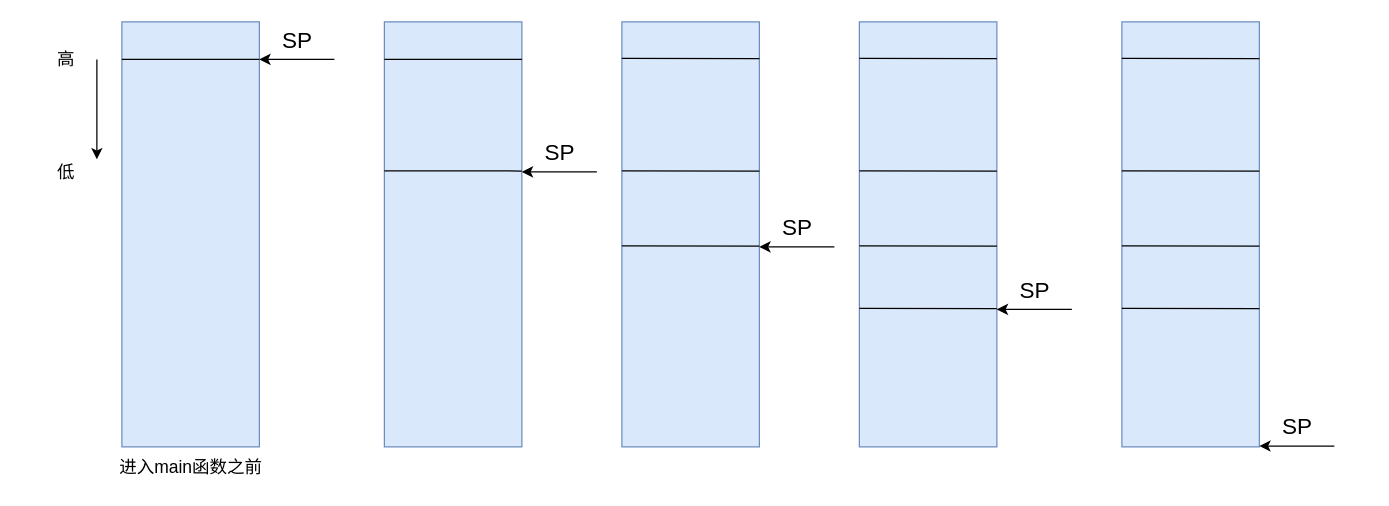
Before: dataStructure/stack backtree.drawio in zhoulanyang/mOs, a draw.io diagram. Source tidied: cells renumbered, new cells numbered last; positions are measured from the earlier drawing's top-left corner, leaving out a move shared by most shapes. Both pictures are drawn from the tidied source at 125%, with x=0, y=0 at pixel (46, 21).
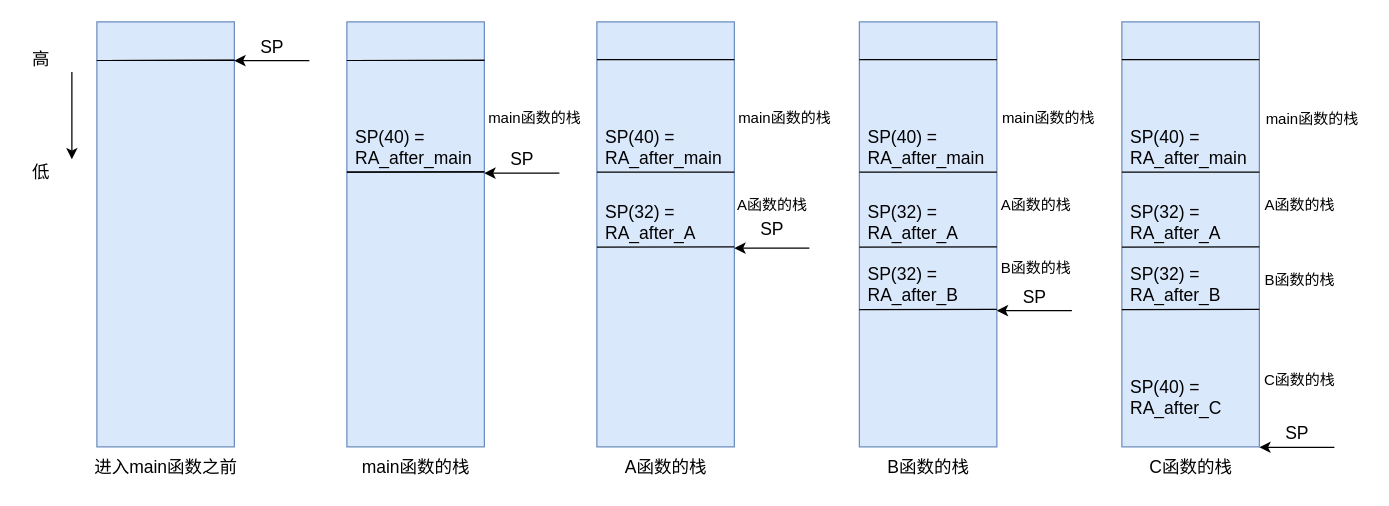
Above is the later version.

Diff of the diagram source:
```diff
@@
-    <mxCell id="2" style="rounded=0;whiteSpace=wrap;html=1;fillColor=#dae8fc;strokeColor=#6c8ebf;" parent="1" vertex="1">
-      <mxGeometry x="60" width="110" height="340" as="geometry" />
+    <mxCell id="2" style="rounded=0;whiteSpace=wrap;html=1;fillColor=#dae8fc;strokeColor=#6c8ebf;flipV=1;" parent="1" vertex="1">
+      <mxGeometry x="40" width="110" height="340" as="geometry" />
     </mxCell>
-    <mxCell id="3" value="&lt;font style=&quot;font-size: 14px;&quot;&gt;高&lt;/font&gt;" style="text;html=1;align=center;verticalAlign=middle;fillColor=none;strokeColor=none;rounded=0;" parent="1" vertex="1">
-      <mxGeometry y="20" width="30" height="20" as="geometry" />
+    <mxCell id="3" value="&lt;font style=&quot;font-size: 14px;&quot;&gt;高&lt;/font&gt;" style="text;html=1;align=center;verticalAlign=middle;fillColor=none;strokeColor=none;rounded=0;flipV=1;" parent="1" vertex="1">
+      <mxGeometry x="-20" y="20" width="30" height="20" as="geometry" />
     </mxCell>
-    <mxCell id="4" value="&lt;font style=&quot;font-size: 14px;&quot;&gt;低&lt;/font&gt;" style="text;html=1;align=center;verticalAlign=middle;fillColor=none;strokeColor=none;rounded=0;" parent="1" vertex="1">
-      <mxGeometry y="110" width="30" height="20" as="geometry" />
+    <mxCell id="4" value="&lt;font style=&quot;font-size: 14px;&quot;&gt;低&lt;/font&gt;" style="text;html=1;align=center;verticalAlign=middle;fillColor=none;strokeColor=none;rounded=0;flipV=1;" parent="1" vertex="1">
+      <mxGeometry x="-20" y="110" width="30" height="20" as="geometry" />
     </mxCell>
-    <mxCell id="5" style="endArrow=classic;html=1;rounded=0;fontSize=18;" parent="1" edge="1">
-      <mxGeometry relative="1" as="geometry">
-        <mxPoint x="40" y="30" as="sourcePoint" />
-        <mxPoint x="40" y="110" as="targetPoint" />
-      </mxGeometry>
-    </mxCell>
     <mxCell id="6" style="endArrow=none;html=1;rounded=0;fontSize=18;exitX=0;exitY=0.076;exitDx=0;exitDy=0;exitPerimeter=0;" parent="1" edge="1">
       <mxGeometry relative="1" as="geometry">
-        <mxPoint x="60" y="29.9" as="sourcePoint" />
-        <mxPoint x="170" y="30" as="targetPoint" />
+        <mxPoint x="40" y="30.9" as="sourcePoint" />
+        <mxPoint x="150" y="30.8" as="targetPoint" />
       </mxGeometry>
     </mxCell>
     <mxCell id="7" style="endArrow=classic;html=1;rounded=0;fontSize=18;" parent="1" edge="1">
       <mxGeometry relative="1" as="geometry">
-        <mxPoint x="230" y="30" as="sourcePoint" />
-        <mxPoint x="170" y="30" as="targetPoint" />
+        <mxPoint x="210" y="31" as="sourcePoint" />
+        <mxPoint x="150" y="31" as="targetPoint" />
       </mxGeometry>
     </mxCell>
-    <mxCell id="8" value="SP" style="text;html=1;align=center;verticalAlign=middle;fillColor=none;strokeColor=none;rounded=0;fontSize=18;" parent="1" vertex="1">
-      <mxGeometry x="180" width="40" height="30" as="geometry" />
+    <mxCell id="8" value="&lt;font style=&quot;font-size: 14px;&quot;&gt;SP&lt;/font&gt;" style="text;html=1;align=center;verticalAlign=middle;fillColor=none;strokeColor=none;rounded=0;fontSize=18;flipV=1;" parent="1" vertex="1">
+      <mxGeometry x="165" y="4" width="30" height="30" as="geometry" />
     </mxCell>
-    <mxCell id="9" value="&lt;font style=&quot;font-size: 14px;&quot;&gt;进入main函数之前&lt;/font&gt;" style="text;html=1;align=center;verticalAlign=middle;fillColor=none;strokeColor=none;rounded=0;fontSize=18;" parent="1" vertex="1">
-      <mxGeometry x="50" y="340" width="130" height="30" as="geometry" />
+    <mxCell id="9" value="&lt;font style=&quot;font-size: 14px;&quot;&gt;进入main函数之前&lt;/font&gt;" style="text;html=1;align=center;verticalAlign=middle;fillColor=none;strokeColor=none;rounded=0;fontSize=18;flipV=1;" parent="1" vertex="1">
+      <mxGeometry x="30" y="340" width="130" height="30" as="geometry" />
     </mxCell>
-    <mxCell id="10" style="rounded=0;whiteSpace=wrap;html=1;fillColor=#dae8fc;strokeColor=#6c8ebf;" parent="1" vertex="1">
-      <mxGeometry x="270" width="110" height="340" as="geometry" />
+    <mxCell id="10" style="rounded=0;whiteSpace=wrap;html=1;fillColor=#dae8fc;strokeColor=#6c8ebf;flipV=1;" parent="1" vertex="1">
+      <mxGeometry x="240" width="110" height="340" as="geometry" />
     </mxCell>
     <mxCell id="11" style="endArrow=none;html=1;rounded=0;fontSize=18;exitX=0;exitY=0.076;exitDx=0;exitDy=0;exitPerimeter=0;" parent="1" edge="1">
       <mxGeometry relative="1" as="geometry">
-        <mxPoint x="270" y="29.9" as="sourcePoint" />
-        <mxPoint x="380" y="30" as="targetPoint" />
+        <mxPoint x="240" y="30.9" as="sourcePoint" />
+        <mxPoint x="350" y="30.8" as="targetPoint" />
       </mxGeometry>
     </mxCell>
-    <mxCell id="12" style="rounded=0;whiteSpace=wrap;html=1;fillColor=#dae8fc;strokeColor=#6c8ebf;" parent="1" vertex="1">
-      <mxGeometry x="460" width="110" height="340" as="geometry" />
+    <mxCell id="12" style="rounded=0;whiteSpace=wrap;html=1;fillColor=#dae8fc;strokeColor=#6c8ebf;flipV=1;" parent="1" vertex="1">
+      <mxGeometry x="440" width="110" height="340" as="geometry" />
     </mxCell>
     <mxCell id="13" style="endArrow=none;html=1;rounded=0;fontSize=18;exitX=0;exitY=0.076;exitDx=0;exitDy=0;exitPerimeter=0;" parent="1" edge="1">
       <mxGeometry relative="1" as="geometry">
-        <mxPoint x="460" y="29.2" as="sourcePoint" />
-        <mxPoint x="570" y="29.3" as="targetPoint" />
+        <mxPoint x="440" y="30.2" as="sourcePoint" />
+        <mxPoint x="550" y="30.1" as="targetPoint" />
       </mxGeometry>
     </mxCell>
     <mxCell id="14" style="endArrow=classic;html=1;rounded=0;fontSize=18;" parent="1" edge="1">
       <mxGeometry relative="1" as="geometry">
-        <mxPoint x="440" y="120" as="sourcePoint" />
-        <mxPoint x="380" y="120" as="targetPoint" />
+        <mxPoint x="410" y="121" as="sourcePoint" />
+        <mxPoint x="350" y="121" as="targetPoint" />
       </mxGeometry>
     </mxCell>
-    <mxCell id="15" value="SP" style="text;html=1;align=center;verticalAlign=middle;fillColor=none;strokeColor=none;rounded=0;fontSize=18;" parent="1" vertex="1">
-      <mxGeometry x="390" y="90" width="40" height="30" as="geometry" />
+    <mxCell id="15" value="&lt;font style=&quot;font-size: 14px;&quot;&gt;SP&lt;/font&gt;" style="text;html=1;align=center;verticalAlign=middle;fillColor=none;strokeColor=none;rounded=0;fontSize=18;flipV=1;" parent="1" vertex="1">
+      <mxGeometry x="365" y="94" width="30" height="30" as="geometry" />
     </mxCell>
     <mxCell id="16" style="endArrow=none;html=1;rounded=0;fontSize=18;exitX=0;exitY=0.076;exitDx=0;exitDy=0;exitPerimeter=0;" parent="1" edge="1">
       <mxGeometry relative="1" as="geometry">
-        <mxPoint x="270" y="119.2" as="sourcePoint" />
-        <mxPoint x="380" y="119.3" as="targetPoint" />
+        <mxPoint x="240" y="120.2" as="sourcePoint" />
+        <mxPoint x="350" y="120" as="targetPoint" />
       </mxGeometry>
     </mxCell>
     <mxCell id="17" style="endArrow=classic;html=1;rounded=0;fontSize=18;" parent="1" edge="1">
       <mxGeometry relative="1" as="geometry">
-        <mxPoint x="630" y="180" as="sourcePoint" />
-        <mxPoint x="570" y="180" as="targetPoint" />
+        <mxPoint x="610" y="181" as="sourcePoint" />
+        <mxPoint x="550" y="181" as="targetPoint" />
       </mxGeometry>
     </mxCell>
-    <mxCell id="18" value="SP" style="text;html=1;align=center;verticalAlign=middle;fillColor=none;strokeColor=none;rounded=0;fontSize=18;" parent="1" vertex="1">
-      <mxGeometry x="580" y="150" width="40" height="30" as="geometry" />
+    <mxCell id="18" value="&lt;font style=&quot;font-size: 14px;&quot;&gt;SP&lt;/font&gt;" style="text;html=1;align=center;verticalAlign=middle;fillColor=none;strokeColor=none;rounded=0;fontSize=18;flipV=1;" parent="1" vertex="1">
+      <mxGeometry x="565" y="150" width="30" height="30" as="geometry" />
     </mxCell>
     <mxCell id="19" style="endArrow=none;html=1;rounded=0;fontSize=18;exitX=0;exitY=0.076;exitDx=0;exitDy=0;exitPerimeter=0;" parent="1" edge="1">
       <mxGeometry relative="1" as="geometry">
-        <mxPoint x="460" y="179.2" as="sourcePoint" />
-        <mxPoint x="570" y="179.3" as="targetPoint" />
+        <mxPoint x="440" y="180.2" as="sourcePoint" />
+        <mxPoint x="550" y="180" as="targetPoint" />
       </mxGeometry>
     </mxCell>
     <mxCell id="20" style="endArrow=none;html=1;rounded=0;fontSize=18;exitX=0;exitY=0.076;exitDx=0;exitDy=0;exitPerimeter=0;" parent="1" edge="1">
       <mxGeometry relative="1" as="geometry">
-        <mxPoint x="460" y="119.2" as="sourcePoint" />
-        <mxPoint x="570" y="119.3" as="targetPoint" />
+        <mxPoint x="440" y="120.2" as="sourcePoint" />
+        <mxPoint x="550" y="120.1" as="targetPoint" />
       </mxGeometry>
     </mxCell>
-    <mxCell id="21" style="rounded=0;whiteSpace=wrap;html=1;fillColor=#dae8fc;strokeColor=#6c8ebf;" parent="1" vertex="1">
+    <mxCell id="21" style="rounded=0;whiteSpace=wrap;html=1;fillColor=#dae8fc;strokeColor=#6c8ebf;flipV=1;" parent="1" vertex="1">
       <mxGeometry x="650" width="110" height="340" as="geometry" />
     </mxCell>
     <mxCell id="22" style="endArrow=none;html=1;rounded=0;fontSize=18;exitX=0;exitY=0.076;exitDx=0;exitDy=0;exitPerimeter=0;" parent="1" edge="1">
       <mxGeometry relative="1" as="geometry">
-        <mxPoint x="650" y="29.2" as="sourcePoint" />
-        <mxPoint x="760" y="29.3" as="targetPoint" />
+        <mxPoint x="650" y="30.2" as="sourcePoint" />
+        <mxPoint x="760" y="30.1" as="targetPoint" />
       </mxGeometry>
     </mxCell>
     <mxCell id="23" style="endArrow=none;html=1;rounded=0;fontSize=18;exitX=0;exitY=0.076;exitDx=0;exitDy=0;exitPerimeter=0;" parent="1" edge="1">
       <mxGeometry relative="1" as="geometry">
-        <mxPoint x="650" y="179.2" as="sourcePoint" />
-        <mxPoint x="760" y="179.3" as="targetPoint" />
+        <mxPoint x="650" y="180.2" as="sourcePoint" />
+        <mxPoint x="760" y="180" as="targetPoint" />
       </mxGeometry>
     </mxCell>
     <mxCell id="24" style="endArrow=none;html=1;rounded=0;fontSize=18;exitX=0;exitY=0.076;exitDx=0;exitDy=0;exitPerimeter=0;" parent="1" edge="1">
       <mxGeometry relative="1" as="geometry">
-        <mxPoint x="650" y="119.2" as="sourcePoint" />
-        <mxPoint x="760" y="119.3" as="targetPoint" />
+        <mxPoint x="650" y="120.2" as="sourcePoint" />
+        <mxPoint x="760" y="120.1" as="targetPoint" />
       </mxGeometry>
     </mxCell>
     <mxCell id="25" style="endArrow=classic;html=1;rounded=0;fontSize=18;" parent="1" edge="1">
       <mxGeometry relative="1" as="geometry">
-        <mxPoint x="820" y="230" as="sourcePoint" />
-        <mxPoint x="760" y="230" as="targetPoint" />
+        <mxPoint x="820" y="231" as="sourcePoint" />
+        <mxPoint x="760" y="231" as="targetPoint" />
       </mxGeometry>
     </mxCell>
-    <mxCell id="26" value="SP" style="text;html=1;align=center;verticalAlign=middle;fillColor=none;strokeColor=none;rounded=0;fontSize=18;" parent="1" vertex="1">
-      <mxGeometry x="770" y="200" width="40" height="30" as="geometry" />
+    <mxCell id="26" value="&lt;font style=&quot;font-size: 14px;&quot;&gt;SP&lt;/font&gt;" style="text;html=1;align=center;verticalAlign=middle;fillColor=none;strokeColor=none;rounded=0;fontSize=18;flipV=1;" parent="1" vertex="1">
+      <mxGeometry x="775" y="204" width="30" height="30" as="geometry" />
     </mxCell>
     <mxCell id="27" style="endArrow=none;html=1;rounded=0;fontSize=18;exitX=0;exitY=0.076;exitDx=0;exitDy=0;exitPerimeter=0;" parent="1" edge="1">
       <mxGeometry relative="1" as="geometry">
-        <mxPoint x="650" y="229.2" as="sourcePoint" />
-        <mxPoint x="760" y="229.3" as="targetPoint" />
+        <mxPoint x="650" y="230.2" as="sourcePoint" />
+        <mxPoint x="760" y="230" as="targetPoint" />
       </mxGeometry>
     </mxCell>
-    <mxCell id="28" style="rounded=0;whiteSpace=wrap;html=1;fillColor=#dae8fc;strokeColor=#6c8ebf;" parent="1" vertex="1">
+    <mxCell id="28" style="rounded=0;whiteSpace=wrap;html=1;fillColor=#dae8fc;strokeColor=#6c8ebf;flipV=1;" parent="1" vertex="1">
       <mxGeometry x="860" width="110" height="340" as="geometry" />
     </mxCell>
     <mxCell id="29" style="endArrow=none;html=1;rounded=0;fontSize=18;exitX=0;exitY=0.076;exitDx=0;exitDy=0;exitPerimeter=0;" parent="1" edge="1">
       <mxGeometry relative="1" as="geometry">
-        <mxPoint x="860" y="29.2" as="sourcePoint" />
-        <mxPoint x="970" y="29.3" as="targetPoint" />
+        <mxPoint x="860" y="30.2" as="sourcePoint" />
+        <mxPoint x="970" y="30.1" as="targetPoint" />
       </mxGeometry>
     </mxCell>
     <mxCell id="30" style="endArrow=none;html=1;rounded=0;fontSize=18;exitX=0;exitY=0.076;exitDx=0;exitDy=0;exitPerimeter=0;" parent="1" edge="1">
       <mxGeometry relative="1" as="geometry">
-        <mxPoint x="860" y="179.2" as="sourcePoint" />
-        <mxPoint x="970" y="179.3" as="targetPoint" />
+        <mxPoint x="860" y="180.2" as="sourcePoint" />
+        <mxPoint x="970" y="180" as="targetPoint" />
       </mxGeometry>
     </mxCell>
     <mxCell id="31" style="endArrow=none;html=1;rounded=0;fontSize=18;exitX=0;exitY=0.076;exitDx=0;exitDy=0;exitPerimeter=0;" parent="1" edge="1">
       <mxGeometry relative="1" as="geometry">
-        <mxPoint x="860" y="119.2" as="sourcePoint" />
-        <mxPoint x="970" y="119.3" as="targetPoint" />
+        <mxPoint x="860" y="120.2" as="sourcePoint" />
+        <mxPoint x="970" y="120.1" as="targetPoint" />
       </mxGeometry>
     </mxCell>
     <mxCell id="32" style="endArrow=none;html=1;rounded=0;fontSize=18;exitX=0;exitY=0.076;exitDx=0;exitDy=0;exitPerimeter=0;" parent="1" edge="1">
       <mxGeometry relative="1" as="geometry">
-        <mxPoint x="860" y="229.2" as="sourcePoint" />
-        <mxPoint x="970" y="229.3" as="targetPoint" />
+        <mxPoint x="860" y="230.2" as="sourcePoint" />
+        <mxPoint x="970" y="230" as="targetPoint" />
       </mxGeometry>
     </mxCell>
     <mxCell id="33" style="endArrow=classic;html=1;rounded=0;fontSize=18;" parent="1" edge="1">
       <mxGeometry relative="1" as="geometry">
-        <mxPoint x="1030" y="339.3" as="sourcePoint" />
-        <mxPoint x="970" y="339.3" as="targetPoint" />
+        <mxPoint x="1030" y="340.3" as="sourcePoint" />
+        <mxPoint x="970" y="340.3" as="targetPoint" />
       </mxGeometry>
     </mxCell>
-    <mxCell id="34" value="SP" style="text;html=1;align=center;verticalAlign=middle;fillColor=none;strokeColor=none;rounded=0;fontSize=18;" parent="1" vertex="1">
-      <mxGeometry x="980" y="309.3" width="40" height="30" as="geometry" />
+    <mxCell id="34" value="&lt;font style=&quot;font-size: 14px;&quot;&gt;SP&lt;/font&gt;" style="text;html=1;align=center;verticalAlign=middle;fillColor=none;strokeColor=none;rounded=0;fontSize=18;flipV=1;" parent="1" vertex="1">
+      <mxGeometry x="985" y="313.3" width="30" height="30" as="geometry" />
     </mxCell>
+    <mxCell id="35" value="&lt;font style=&quot;font-size: 14px;&quot;&gt;main函数的栈&lt;/font&gt;" style="text;html=1;align=center;verticalAlign=middle;fillColor=none;strokeColor=none;rounded=0;fontSize=18;flipV=1;" parent="1" vertex="1">
+      <mxGeometry x="245" y="340" width="100" height="30" as="geometry" />
+    </mxCell>
+    <mxCell id="36" value="&lt;font style=&quot;font-size: 14px;&quot;&gt;A函数的栈&lt;/font&gt;" style="text;html=1;align=center;verticalAlign=middle;fillColor=none;strokeColor=none;rounded=0;fontSize=18;flipV=1;" parent="1" vertex="1">
+      <mxGeometry x="455" y="340" width="80" height="30" as="geometry" />
+    </mxCell>
+    <mxCell id="37" value="&lt;font style=&quot;font-size: 14px;&quot;&gt;B函数的栈&lt;/font&gt;" style="text;html=1;align=center;verticalAlign=middle;fillColor=none;strokeColor=none;rounded=0;fontSize=18;flipV=1;" parent="1" vertex="1">
+      <mxGeometry x="665" y="340" width="80" height="30" as="geometry" />
+    </mxCell>
+    <mxCell id="38" value="&lt;font style=&quot;font-size: 14px;&quot;&gt;C函数的栈&lt;/font&gt;" style="text;html=1;align=center;verticalAlign=middle;fillColor=none;strokeColor=none;rounded=0;fontSize=18;flipV=1;" parent="1" vertex="1">
+      <mxGeometry x="875" y="340" width="80" height="30" as="geometry" />
+    </mxCell>
+    <mxCell id="39" style="endArrow=none;html=1;rounded=0;fontSize=18;exitX=0;exitY=0.076;exitDx=0;exitDy=0;exitPerimeter=0;" parent="1" edge="1">
+      <mxGeometry relative="1" as="geometry">
+        <mxPoint x="40" y="30.9" as="sourcePoint" />
+        <mxPoint x="150" y="30.8" as="targetPoint" />
+      </mxGeometry>
+    </mxCell>
+    <mxCell id="40" style="endArrow=none;html=1;rounded=0;fontSize=18;exitX=0;exitY=0.076;exitDx=0;exitDy=0;exitPerimeter=0;" parent="1" edge="1">
+      <mxGeometry relative="1" as="geometry">
+        <mxPoint x="40" y="30.9" as="sourcePoint" />
+        <mxPoint x="150" y="30.8" as="targetPoint" />
+      </mxGeometry>
+    </mxCell>
+    <mxCell id="41" style="endArrow=none;html=1;rounded=0;fontSize=18;exitX=0;exitY=0.076;exitDx=0;exitDy=0;exitPerimeter=0;" parent="1" edge="1">
+      <mxGeometry relative="1" as="geometry">
+        <mxPoint x="240" y="120.2" as="sourcePoint" />
+        <mxPoint x="350" y="120" as="targetPoint" />
+      </mxGeometry>
+    </mxCell>
+    <mxCell id="42" style="endArrow=none;html=1;rounded=0;fontSize=18;exitX=0;exitY=0.076;exitDx=0;exitDy=0;exitPerimeter=0;" parent="1" edge="1">
+      <mxGeometry relative="1" as="geometry">
+        <mxPoint x="240" y="30.9" as="sourcePoint" />
+        <mxPoint x="350" y="30.8" as="targetPoint" />
+      </mxGeometry>
+    </mxCell>
+    <mxCell id="43" value="SP(40) =&amp;nbsp;&lt;br&gt;RA_after_main" style="text;html=1;align=left;verticalAlign=middle;fillColor=none;strokeColor=none;rounded=0;fontSize=14;flipV=1;" parent="1" vertex="1">
+      <mxGeometry x="245" y="80" width="110" height="40" as="geometry" />
+    </mxCell>
+    <mxCell id="44" value="SP(32) =&amp;nbsp;&lt;br&gt;RA_after_A" style="text;html=1;align=left;verticalAlign=middle;fillColor=none;strokeColor=none;rounded=0;fontSize=14;flipV=1;" parent="1" vertex="1">
+      <mxGeometry x="445" y="140" width="90" height="40" as="geometry" />
+    </mxCell>
+    <mxCell id="45" value="SP(40) =&amp;nbsp;&lt;br&gt;RA_after_main" style="text;html=1;align=left;verticalAlign=middle;fillColor=none;strokeColor=none;rounded=0;fontSize=14;flipV=1;" parent="1" vertex="1">
+      <mxGeometry x="445" y="80" width="110" height="40" as="geometry" />
+    </mxCell>
+    <mxCell id="46" value="SP(32) =&amp;nbsp;&lt;br&gt;RA_after_B" style="text;html=1;align=left;verticalAlign=middle;fillColor=none;strokeColor=none;rounded=0;fontSize=14;flipV=1;" parent="1" vertex="1">
+      <mxGeometry x="655" y="190" width="90" height="40" as="geometry" />
+    </mxCell>
+    <mxCell id="47" value="SP(32) =&amp;nbsp;&lt;br&gt;RA_after_A" style="text;html=1;align=left;verticalAlign=middle;fillColor=none;strokeColor=none;rounded=0;fontSize=14;flipV=1;" parent="1" vertex="1">
+      <mxGeometry x="655" y="140" width="90" height="40" as="geometry" />
+    </mxCell>
+    <mxCell id="48" value="SP(40) =&amp;nbsp;&lt;br&gt;RA_after_main" style="text;html=1;align=left;verticalAlign=middle;fillColor=none;strokeColor=none;rounded=0;fontSize=14;flipV=1;" parent="1" vertex="1">
+      <mxGeometry x="655" y="80" width="110" height="40" as="geometry" />
+    </mxCell>
+    <mxCell id="49" value="SP(40) =&amp;nbsp;&lt;br&gt;RA_after_main" style="text;html=1;align=left;verticalAlign=middle;fillColor=none;strokeColor=none;rounded=0;fontSize=14;flipV=1;" parent="1" vertex="1">
+      <mxGeometry x="865" y="80" width="110" height="40" as="geometry" />
+    </mxCell>
+    <mxCell id="50" value="SP(32) =&amp;nbsp;&lt;br&gt;RA_after_A" style="text;html=1;align=left;verticalAlign=middle;fillColor=none;strokeColor=none;rounded=0;fontSize=14;flipV=1;" parent="1" vertex="1">
+      <mxGeometry x="865" y="140" width="90" height="40" as="geometry" />
+    </mxCell>
+    <mxCell id="51" value="SP(32) =&amp;nbsp;&lt;br&gt;RA_after_B" style="text;html=1;align=left;verticalAlign=middle;fillColor=none;strokeColor=none;rounded=0;fontSize=14;flipV=1;" parent="1" vertex="1">
+      <mxGeometry x="865" y="190" width="90" height="40" as="geometry" />
+    </mxCell>
+    <mxCell id="52" value="SP(40) =&amp;nbsp;&lt;br&gt;RA_after_C" style="text;html=1;align=left;verticalAlign=middle;fillColor=none;strokeColor=none;rounded=0;fontSize=14;flipV=1;" parent="1" vertex="1">
+      <mxGeometry x="865" y="280" width="90" height="40" as="geometry" />
+    </mxCell>
+    <mxCell id="53" style="endArrow=classic;html=1;rounded=0;fontSize=18;" parent="1" edge="1">
+      <mxGeometry relative="1" as="geometry">
+        <mxPoint x="20" y="40" as="sourcePoint" />
+        <mxPoint x="20" y="110" as="targetPoint" />
+      </mxGeometry>
+    </mxCell>
+    <mxCell id="54" value="&lt;font style=&quot;font-size: 12px;&quot;&gt;main函数的栈&lt;/font&gt;" style="text;html=1;align=center;verticalAlign=middle;fillColor=none;strokeColor=none;rounded=0;fontSize=18;flipV=1;" parent="1" vertex="1">
+      <mxGeometry x="345" y="60" width="90" height="30" as="geometry" />
+    </mxCell>
+    <mxCell id="55" value="&lt;font style=&quot;font-size: 12px;&quot;&gt;main函数的栈&lt;/font&gt;" style="text;html=1;align=center;verticalAlign=middle;fillColor=none;strokeColor=none;rounded=0;fontSize=18;flipV=1;" parent="1" vertex="1">
+      <mxGeometry x="545" y="60" width="90" height="30" as="geometry" />
+    </mxCell>
+    <mxCell id="56" value="&lt;font style=&quot;font-size: 12px;&quot;&gt;main函数的栈&lt;/font&gt;" style="text;html=1;align=center;verticalAlign=middle;fillColor=none;strokeColor=none;rounded=0;fontSize=18;flipV=1;" parent="1" vertex="1">
+      <mxGeometry x="756" y="60" width="90" height="30" as="geometry" />
+    </mxCell>
+    <mxCell id="57" value="&lt;font style=&quot;font-size: 12px;&quot;&gt;main函数的栈&lt;/font&gt;" style="text;html=1;align=center;verticalAlign=middle;fillColor=none;strokeColor=none;rounded=0;fontSize=18;flipV=1;" parent="1" vertex="1">
+      <mxGeometry x="967" y="61" width="90" height="30" as="geometry" />
+    </mxCell>
+    <mxCell id="58" value="&lt;font style=&quot;font-size: 12px;&quot;&gt;A函数的栈&lt;/font&gt;" style="text;html=1;align=center;verticalAlign=middle;fillColor=none;strokeColor=none;rounded=0;fontSize=18;flipV=1;" parent="1" vertex="1">
+      <mxGeometry x="545" y="130" width="70" height="30" as="geometry" />
+    </mxCell>
+    <mxCell id="59" value="&lt;font style=&quot;font-size: 12px;&quot;&gt;B函数的栈&lt;/font&gt;" style="text;html=1;align=center;verticalAlign=middle;fillColor=none;strokeColor=none;rounded=0;fontSize=18;flipV=1;" parent="1" vertex="1">
+      <mxGeometry x="967" y="190" width="70" height="30" as="geometry" />
+    </mxCell>
+    <mxCell id="60" value="&lt;font style=&quot;font-size: 12px;&quot;&gt;C函数的栈&lt;/font&gt;" style="text;html=1;align=center;verticalAlign=middle;fillColor=none;strokeColor=none;rounded=0;fontSize=18;flipV=1;" parent="1" vertex="1">
+      <mxGeometry x="967" y="270" width="70" height="30" as="geometry" />
+    </mxCell>
+    <mxCell id="61" value="&lt;font style=&quot;font-size: 12px;&quot;&gt;B函数的栈&lt;/font&gt;" style="text;html=1;align=center;verticalAlign=middle;fillColor=none;strokeColor=none;rounded=0;fontSize=18;flipV=1;" parent="1" vertex="1">
+      <mxGeometry x="756" y="180" width="70" height="30" as="geometry" />
+    </mxCell>
+    <mxCell id="62" value="&lt;font style=&quot;font-size: 12px;&quot;&gt;A函数的栈&lt;/font&gt;" style="text;html=1;align=center;verticalAlign=middle;fillColor=none;strokeColor=none;rounded=0;fontSize=18;flipV=1;" parent="1" vertex="1">
+      <mxGeometry x="756" y="130" width="70" height="30" as="geometry" />
+    </mxCell>
+    <mxCell id="63" value="&lt;font style=&quot;font-size: 12px;&quot;&gt;A函数的栈&lt;/font&gt;" style="text;html=1;align=center;verticalAlign=middle;fillColor=none;strokeColor=none;rounded=0;fontSize=18;flipV=1;" parent="1" vertex="1">
+      <mxGeometry x="967" y="130" width="70" height="30" as="geometry" />
+    </mxCell>
```
